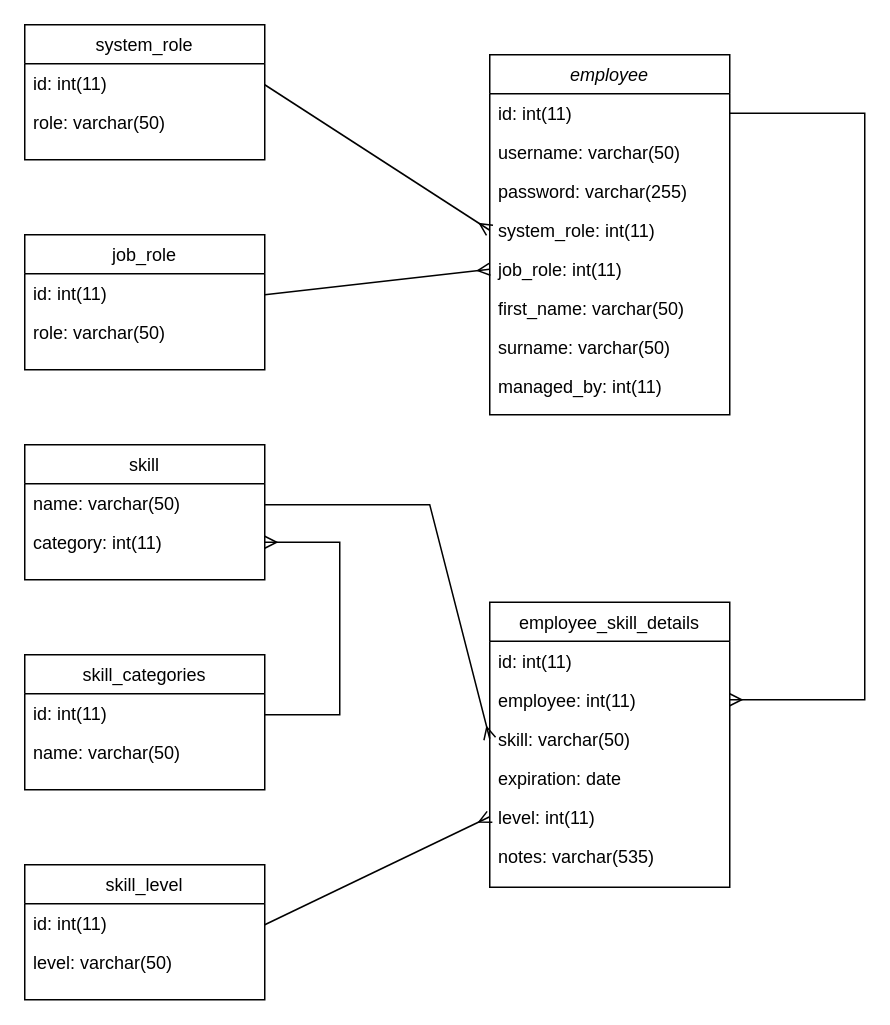
Earlier version of the draw.io diagram database/DatabaseDesign.drawio (MJH1606/AgileWebAppStaffs_BackEnd). Source tidied: cells renumbered, new cells numbered last; positions are measured from the earlier drawing's top-left corner, leaving out a move shared by most shapes. Both pictures are drawn from the tidied source at 150%, with x=0, y=0 at pixel (24, 24).
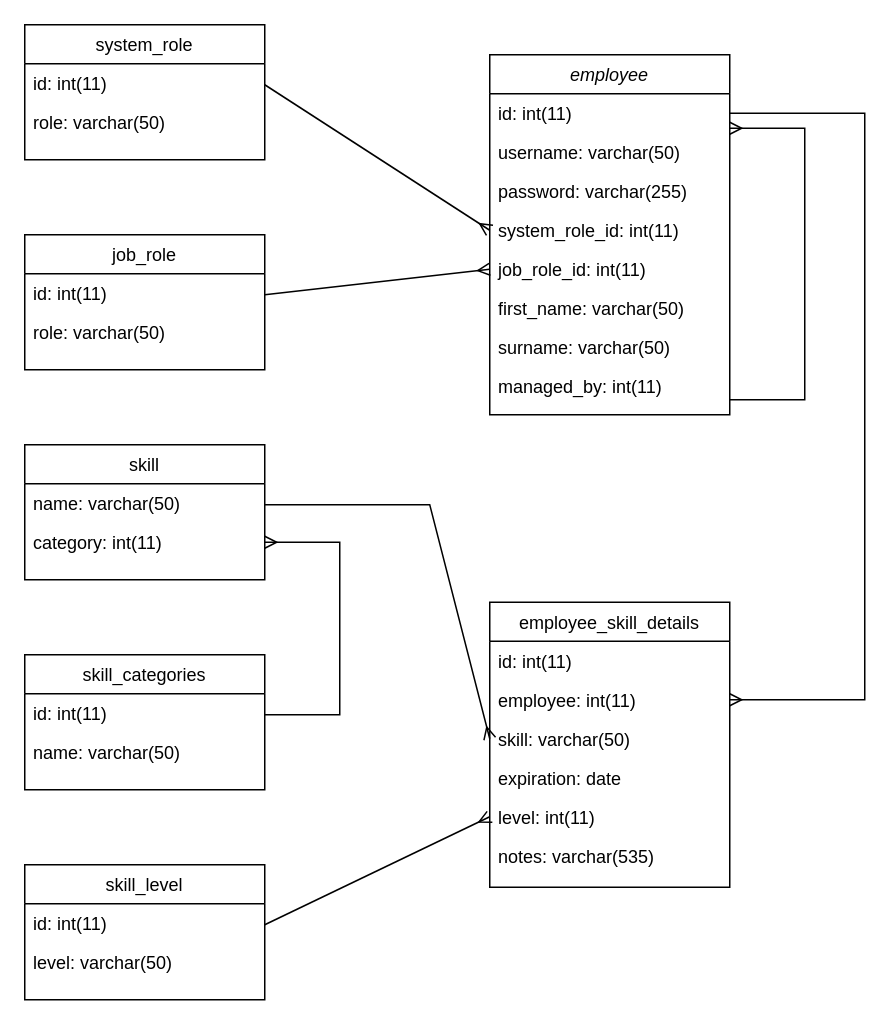
The same diagram, later.

Commit message (it also covers changes not shown here):
Made changed to populate Job Role. Also updated Database Design

Unchanged cells that the change refers to:
```xml
<mxCell id="2" value="employee" style="swimlane;fontStyle=2;align=center;verticalAlign=top;horizontal=1;startSize=26;rounded=0;shadow=0;strokeWidth=1;" parent="1" vertex="1">
  <mxGeometry x="310" y="20" width="160" height="240" as="geometry" />
</mxCell>
```

Change to the diagram source:
```diff
@@
-    <mxCell id="6" value="system_role: int(11)" style="text;align=left;verticalAlign=top;spacingLeft=4;spacingRight=4;overflow=hidden;points=[[0,0.5],[1,0.5]];portConstraint=eastwest;rounded=0;shadow=0;html=0;" parent="2" vertex="1">
+    <mxCell id="6" value="system_role_id: int(11)" style="text;align=left;verticalAlign=top;spacingLeft=4;spacingRight=4;overflow=hidden;points=[[0,0.5],[1,0.5]];portConstraint=eastwest;rounded=0;shadow=0;html=0;" parent="2" vertex="1">
       <mxGeometry y="104" width="160" height="26" as="geometry" />
     </mxCell>
-    <mxCell id="7" value="job_role: int(11)" style="text;align=left;verticalAlign=top;spacingLeft=4;spacingRight=4;overflow=hidden;points=[[0,0.5],[1,0.5]];portConstraint=eastwest;rounded=0;shadow=0;html=0;" parent="2" vertex="1">
+    <mxCell id="7" value="job_role_id: int(11)" style="text;align=left;verticalAlign=top;spacingLeft=4;spacingRight=4;overflow=hidden;points=[[0,0.5],[1,0.5]];portConstraint=eastwest;rounded=0;shadow=0;html=0;" parent="2" vertex="1">
       <mxGeometry y="130" width="160" height="26" as="geometry" />
     </mxCell>
@@
+    <mxCell id="39" style="endArrow=ERmany;html=1;rounded=0;startArrow=none;startFill=0;endFill=0;" parent="1" edge="1">
+      <mxGeometry relative="1" as="geometry">
+        <mxPoint x="470" y="250" as="sourcePoint" />
+        <mxPoint x="470" y="69" as="targetPoint" />
+        <Array as="points">
+          <mxPoint x="520" y="250" />
+          <mxPoint x="520" y="69" />
+        </Array>
+      </mxGeometry>
+    </mxCell>
```
